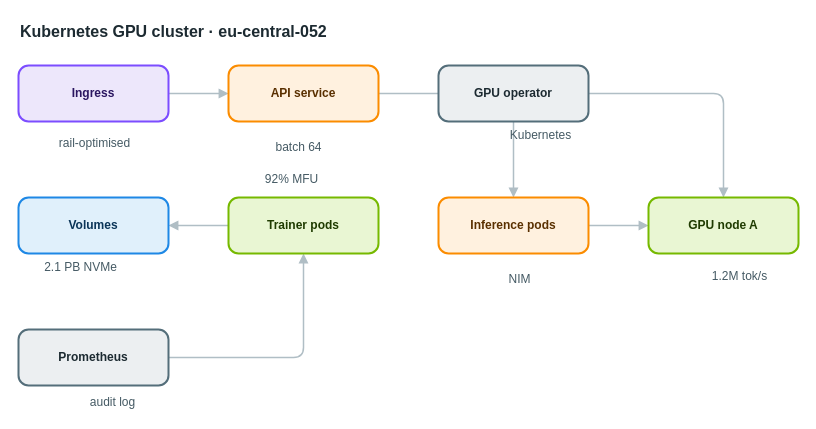
Before: apps/web/public/samples/library/052-kubernetes-gpu-cluster.drawio in AryanG01/open-apprentice, a draw.io diagram. Source tidied: cells renumbered, new cells numbered last; positions are measured from the earlier drawing's top-left corner, leaving out a move shared by most shapes. Both pictures are drawn from the tidied source at 100%, with x=0, y=0 at pixel (18, 17).
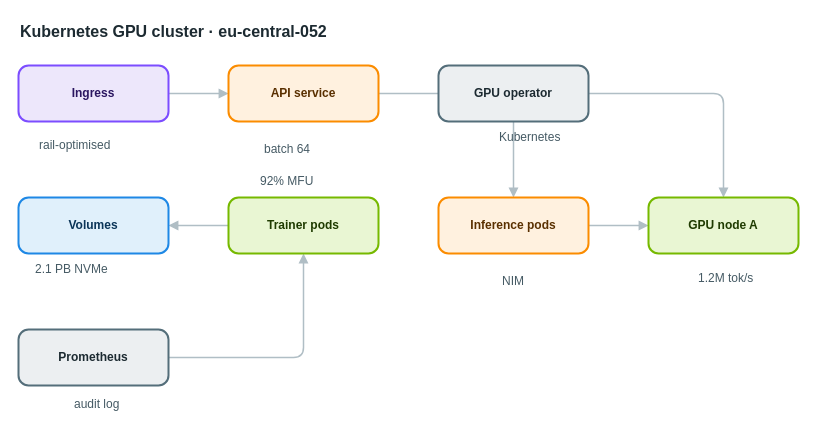
Above is the later version.

Change to the diagram source:
```diff
@@
-    <mxCell id="17" value="rail-optimised" style="text;html=1;align=center;verticalAlign=middle;whiteSpace=nowrap;strokeColor=none;fillColor=none;fontSize=12;fontColor=#455a64;" parent="1" vertex="1">
+    <mxCell id="17" value="rail-optimised" style="text;html=1;align=left;verticalAlign=top;whiteSpace=nowrap;spacing=0;spacingTop=0;strokeColor=none;fillColor=none;fontSize=12;fontColor=#455a64;" parent="1" vertex="1">
       <mxGeometry x="21" y="116" width="110" height="20" as="geometry" />
     </mxCell>
-    <mxCell id="18" value="batch 64" style="text;html=1;align=center;verticalAlign=middle;whiteSpace=nowrap;strokeColor=none;fillColor=none;fontSize=12;fontColor=#455a64;" parent="1" vertex="1">
+    <mxCell id="18" value="batch 64" style="text;html=1;align=left;verticalAlign=top;whiteSpace=nowrap;spacing=0;spacingTop=0;strokeColor=none;fillColor=none;fontSize=12;fontColor=#455a64;" parent="1" vertex="1">
       <mxGeometry x="246" y="120" width="68" height="20" as="geometry" />
     </mxCell>
-    <mxCell id="19" value="Kubernetes" style="text;html=1;align=center;verticalAlign=middle;whiteSpace=nowrap;strokeColor=none;fillColor=none;fontSize=12;fontColor=#455a64;" parent="1" vertex="1">
+    <mxCell id="19" value="Kubernetes" style="text;html=1;align=left;verticalAlign=top;whiteSpace=nowrap;spacing=0;spacingTop=0;strokeColor=none;fillColor=none;fontSize=12;fontColor=#455a64;" parent="1" vertex="1">
       <mxGeometry x="481" y="108" width="82" height="20" as="geometry" />
     </mxCell>
-    <mxCell id="20" value="92% MFU" style="text;html=1;align=center;verticalAlign=middle;whiteSpace=nowrap;strokeColor=none;fillColor=none;fontSize=12;fontColor=#455a64;" parent="1" vertex="1">
+    <mxCell id="20" value="92% MFU" style="text;html=1;align=left;verticalAlign=top;whiteSpace=nowrap;spacing=0;spacingTop=0;strokeColor=none;fillColor=none;fontSize=12;fontColor=#455a64;" parent="1" vertex="1">
       <mxGeometry x="242" y="152" width="61" height="20" as="geometry" />
     </mxCell>
-    <mxCell id="21" value="NIM" style="text;html=1;align=center;verticalAlign=middle;whiteSpace=nowrap;strokeColor=none;fillColor=none;fontSize=12;fontColor=#455a64;" parent="1" vertex="1">
+    <mxCell id="21" value="NIM" style="text;html=1;align=left;verticalAlign=top;whiteSpace=nowrap;spacing=0;spacingTop=0;strokeColor=none;fillColor=none;fontSize=12;fontColor=#455a64;" parent="1" vertex="1">
       <mxGeometry x="484" y="252" width="33" height="20" as="geometry" />
     </mxCell>
-    <mxCell id="22" value="1.2M tok/s" style="text;html=1;align=center;verticalAlign=middle;whiteSpace=nowrap;strokeColor=none;fillColor=none;fontSize=12;fontColor=#455a64;" parent="1" vertex="1">
+    <mxCell id="22" value="1.2M tok/s" style="text;html=1;align=left;verticalAlign=top;whiteSpace=nowrap;spacing=0;spacingTop=0;strokeColor=none;fillColor=none;fontSize=12;fontColor=#455a64;" parent="1" vertex="1">
       <mxGeometry x="680" y="249" width="82" height="20" as="geometry" />
     </mxCell>
-    <mxCell id="23" value="2.1 PB NVMe" style="text;html=1;align=center;verticalAlign=middle;whiteSpace=nowrap;strokeColor=none;fillColor=none;fontSize=12;fontColor=#455a64;" parent="1" vertex="1">
+    <mxCell id="23" value="2.1 PB NVMe" style="text;html=1;align=left;verticalAlign=top;whiteSpace=nowrap;spacing=0;spacingTop=0;strokeColor=none;fillColor=none;fontSize=12;fontColor=#455a64;" parent="1" vertex="1">
       <mxGeometry x="17" y="240" width="89" height="20" as="geometry" />
     </mxCell>
-    <mxCell id="24" value="audit log" style="text;html=1;align=center;verticalAlign=middle;whiteSpace=nowrap;strokeColor=none;fillColor=none;fontSize=12;fontColor=#455a64;" parent="1" vertex="1">
+    <mxCell id="24" value="audit log" style="text;html=1;align=left;verticalAlign=top;whiteSpace=nowrap;spacing=0;spacingTop=0;strokeColor=none;fillColor=none;fontSize=12;fontColor=#455a64;" parent="1" vertex="1">
       <mxGeometry x="56" y="375" width="75" height="20" as="geometry" />
     </mxCell>
```
